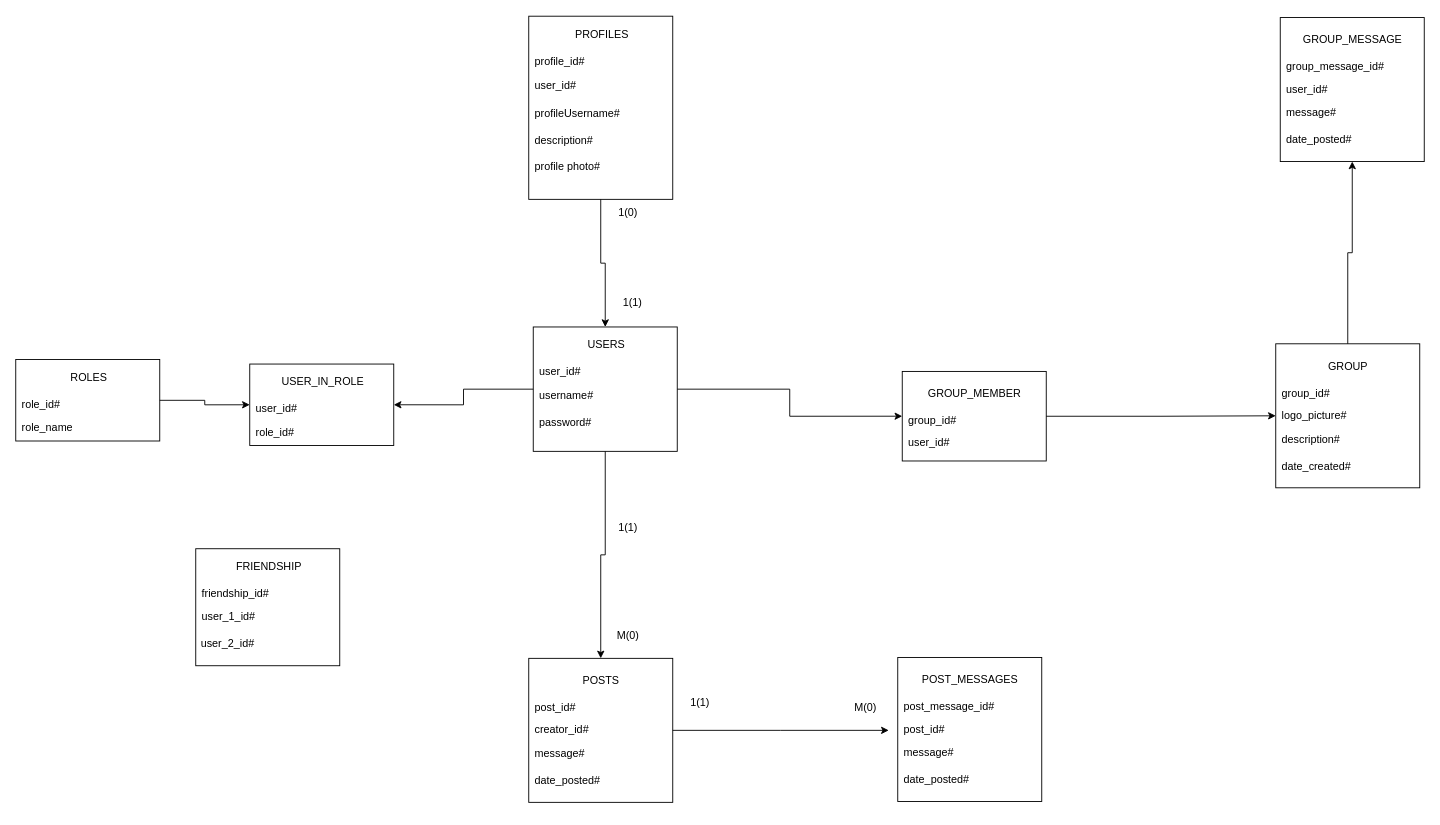
ProiecteFacultate/Proiect_ASP keeps this draw.io diagram as BD.drawio. Above is the earlier version. Source tidied: cells renumbered, new cells numbered last; positions are measured from the earlier drawing's top-left corner, leaving out a move shared by most shapes. Both pictures are drawn from the tidied source at 90%, with x=0, y=0 at pixel (15, 15).
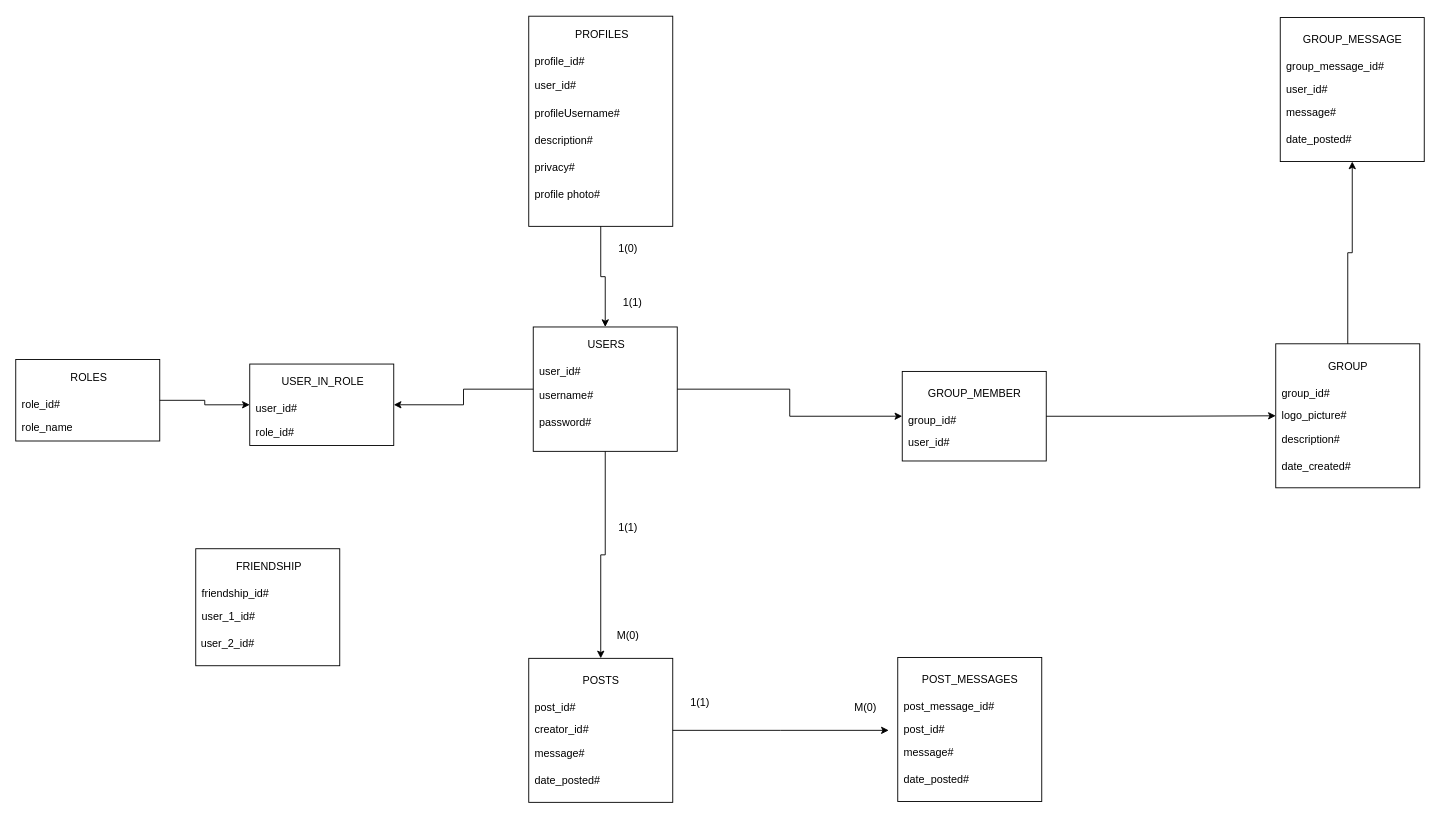
The same diagram, later.

Change to the diagram source:
```diff
@@
     <mxCell id="67" style="rounded=0;whiteSpace=wrap;html=1;fillColor=none;" parent="1" vertex="1">
-      <mxGeometry x="570" y="0.5" width="160" height="203.5" as="geometry" />
+      <mxGeometry x="570" y="0.5" width="160" height="233.5" as="geometry" />
     </mxCell>
@@
     <mxCell id="72" value="profile photo#" style="text;html=1;align=left;verticalAlign=middle;fillColor=none;strokeColor=none;rounded=0;" parent="1" vertex="1">
-      <mxGeometry x="575" y="153" width="100" height="30" as="geometry" />
+      <mxGeometry x="575" y="184" width="100" height="30" as="geometry" />
     </mxCell>
@@
     <mxCell id="77" value="1(0)" style="text;html=1;align=center;verticalAlign=middle;fillColor=none;strokeColor=none;rounded=0;rotation=0;" parent="1" vertex="1">
-      <mxGeometry x="660" y="204" width="40" height="30" as="geometry" />
+      <mxGeometry x="660" y="244" width="40" height="30" as="geometry" />
     </mxCell>
+    <mxCell id="78" value="privacy#" style="text;html=1;align=left;verticalAlign=middle;fillColor=none;strokeColor=none;rounded=0;" parent="1" vertex="1">
+      <mxGeometry x="575" y="154" width="70" height="30" as="geometry" />
+    </mxCell>
```
